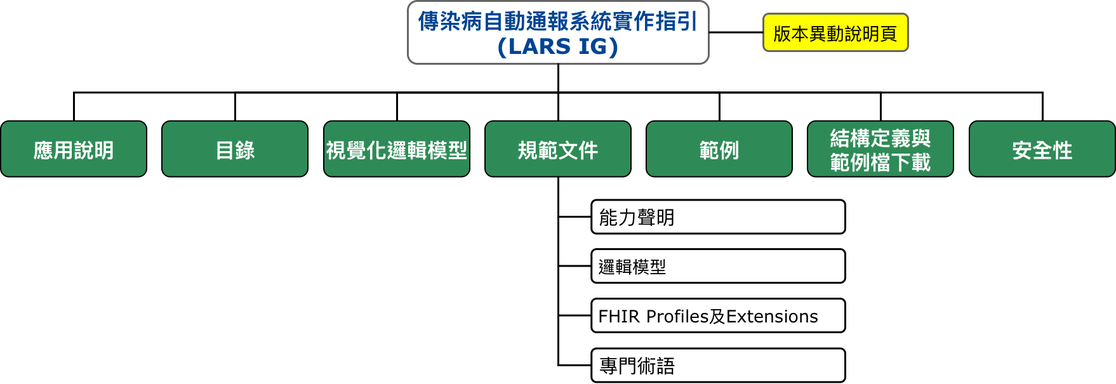
Before: input/images/structure.png, a diagram exported from draw.io (omnifhir/lars). Source tidied: cells renumbered, new cells last; positions are measured from the earlier drawing's top-left corner, leaving out a move shared by most shapes.
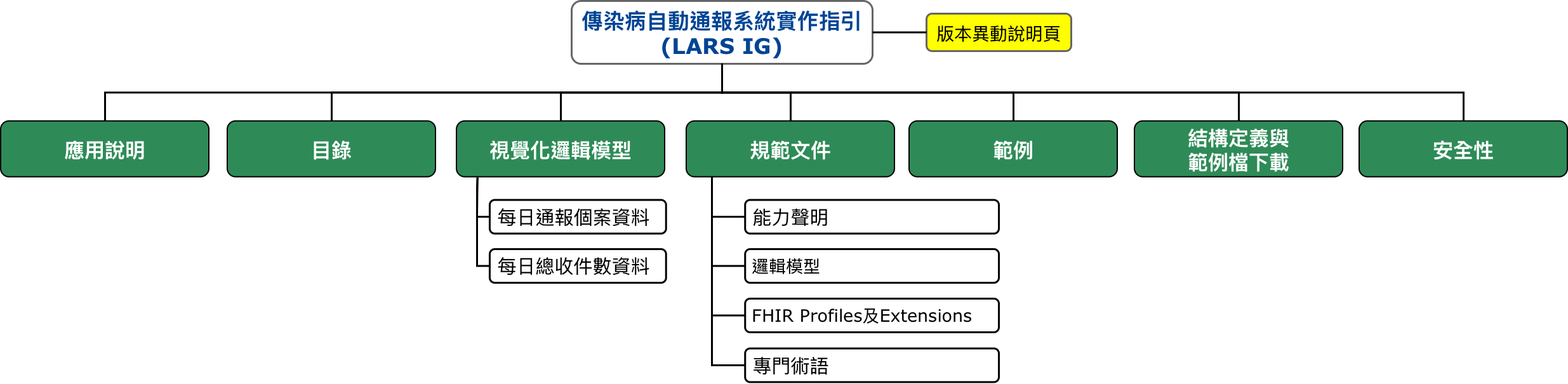
Above is the later version.

Change to the diagram source:
```diff
@@ -2,47 +2,50 @@
   <root>
     <mxCell id="0" />
     <mxCell id="1" parent="0" />
+    <mxCell id="27" style="edgeStyle=orthogonalEdgeStyle;rounded=0;jettySize=auto;html=1;exitX=0.5;exitY=1;exitDx=0;exitDy=0;entryX=0.5;entryY=0;entryDx=0;entryDy=0;defaultLabelBackgroundColor=page;labelPadding=0 4;endArrow=none;endFill=0;strokeWidth=3;" parent="1" edge="1" source="2" target="9">
+      <mxGeometry relative="1" as="geometry" />
+    </mxCell>
+    <mxCell id="28" style="edgeStyle=orthogonalEdgeStyle;rounded=0;jettySize=auto;html=1;exitX=0.5;exitY=1;exitDx=0;exitDy=0;entryX=0.5;entryY=0;entryDx=0;entryDy=0;defaultLabelBackgroundColor=page;labelPadding=0 4;endArrow=none;endFill=0;strokeWidth=3;" parent="1" edge="1" source="2" target="13">
+      <mxGeometry relative="1" as="geometry" />
+    </mxCell>
     <mxCell id="2" value="&lt;div&gt;&lt;font color=&quot;#004494&quot; face=&quot;verdana&quot;&gt;&lt;span style=&quot;font-size: 34px;&quot;&gt;&lt;b&gt;傳染病自動通報系統實作指引&lt;/b&gt;&lt;/span&gt;&lt;/font&gt;&lt;/div&gt;&lt;div&gt;&lt;font color=&quot;#004494&quot; face=&quot;verdana&quot;&gt;&lt;span style=&quot;font-size: 34px;&quot;&gt;&lt;b&gt;(LARS IG)&lt;/b&gt;&lt;/span&gt;&lt;/font&gt;&lt;/div&gt;" style="rounded=1;whiteSpace=wrap;html=1;strokeColor=#666666;fontFamily=標楷體;strokeWidth=3;" parent="1" vertex="1">
-      <mxGeometry x="641" width="474" height="99" as="geometry" />
+      <mxGeometry x="719" width="474" height="99" as="geometry" />
     </mxCell>
     <mxCell id="3" value="&lt;font face=&quot;Verdana&quot; style=&quot;font-size: 32px;&quot; color=&quot;#ffffff&quot;&gt;&lt;b&gt;結構定義與&lt;br&gt;範例檔下載&lt;/b&gt;&lt;/font&gt;" style="rounded=1;whiteSpace=wrap;html=1;fillColor=#2E8B57;fontFamily=標楷體;strokeWidth=2;" parent="1" vertex="1">
-      <mxGeometry x="1271" y="189.5" width="230" height="88" as="geometry" />
+      <mxGeometry x="1606" y="189.5" width="328" height="88" as="geometry" />
     </mxCell>
     <mxCell id="4" value="&lt;font face=&quot;Verdana&quot; style=&quot;font-size: 28px;&quot;&gt;版本異動說明頁&lt;/font&gt;" style="rounded=1;whiteSpace=wrap;html=1;fillColor=#FFFF00;strokeColor=#666666;fontFamily=標楷體;strokeWidth=3;" parent="1" vertex="1">
-      <mxGeometry x="1201" y="20" width="228" height="59" as="geometry" />
+      <mxGeometry x="1278" y="20" width="228" height="59" as="geometry" />
     </mxCell>
     <mxCell id="5" value="&lt;font face=&quot;Verdana&quot; style=&quot;font-size: 30px;&quot;&gt;&amp;nbsp;能力聲明&lt;/font&gt;" style="rounded=1;whiteSpace=wrap;html=1;align=left;fontFamily=標楷體;fontStyle=0;strokeWidth=3;" parent="1" vertex="1">
-      <mxGeometry x="930.2" y="313.5" width="399.8" height="53" as="geometry" />
+      <mxGeometry x="992.2" y="313.5" width="399.8" height="53" as="geometry" />
     </mxCell>
     <mxCell id="6" value="&lt;font face=&quot;Verdana&quot;&gt;&lt;span style=&quot;font-size: 27px;&quot;&gt;&amp;nbsp;邏輯模型&lt;/span&gt;&lt;/font&gt;" style="rounded=1;whiteSpace=wrap;html=1;align=left;fontFamily=標楷體;fontStyle=0;strokeWidth=3;" parent="1" vertex="1">
-      <mxGeometry x="930.2" y="391" width="399.8" height="53" as="geometry" />
+      <mxGeometry x="992.2" y="391" width="399.8" height="53" as="geometry" />
     </mxCell>
     <mxCell id="7" value="&lt;span style=&quot;font-family: Verdana; font-size: 27px;&quot;&gt;&amp;nbsp;FHIR Profiles及Extensions&lt;/span&gt;" style="rounded=1;whiteSpace=wrap;html=1;align=left;fontFamily=標楷體;fontStyle=0;strokeWidth=3;" parent="1" vertex="1">
-      <mxGeometry x="930.2" y="469" width="399.8" height="53" as="geometry" />
+      <mxGeometry x="992.2" y="469" width="399.8" height="53" as="geometry" />
     </mxCell>
-    <mxCell id="8" style="edgeStyle=orthogonalEdgeStyle;rounded=0;jettySize=auto;html=1;endArrow=none;endFill=0;strokeWidth=3;" parent="1" edge="1" source="9" target="2">
-      <mxGeometry relative="1" as="geometry" />
-    </mxCell>
     <mxCell id="9" value="&lt;font face=&quot;Verdana&quot; style=&quot;font-size: 32px;&quot; color=&quot;#ffffff&quot;&gt;&lt;b&gt;範例&lt;/b&gt;&lt;/font&gt;" style="rounded=1;whiteSpace=wrap;html=1;fillColor=#2E8B57;fontFamily=標楷體;strokeWidth=2;" parent="1" vertex="1">
-      <mxGeometry x="1017" y="189.5" width="230" height="88" as="geometry" />
+      <mxGeometry x="1251" y="189.5" width="328" height="88" as="geometry" />
     </mxCell>
     <mxCell id="10" value="&lt;font face=&quot;Verdana&quot; style=&quot;font-size: 32px;&quot; color=&quot;#ffffff&quot;&gt;&lt;b&gt;規範文件&lt;/b&gt;&lt;/font&gt;" style="rounded=1;whiteSpace=wrap;html=1;fillColor=#2E8B57;fontFamily=標楷體;strokeWidth=2;" parent="1" vertex="1">
-      <mxGeometry x="763" y="189.5" width="230" height="88" as="geometry" />
+      <mxGeometry x="900" y="189.5" width="328" height="88" as="geometry" />
     </mxCell>
     <mxCell id="11" value="&lt;font color=&quot;#ffffff&quot; face=&quot;Verdana&quot;&gt;&lt;span style=&quot;font-size: 32px;&quot;&gt;&lt;b&gt;視覺化邏輯模型&lt;/b&gt;&lt;/span&gt;&lt;/font&gt;" style="rounded=1;whiteSpace=wrap;html=1;fillColor=#2E8B57;fontFamily=標楷體;strokeWidth=2;" parent="1" vertex="1">
-      <mxGeometry x="509" y="189.5" width="230" height="88" as="geometry" />
+      <mxGeometry x="538" y="189.5" width="328" height="88" as="geometry" />
     </mxCell>
     <mxCell id="12" value="&lt;font color=&quot;#ffffff&quot; face=&quot;Verdana&quot;&gt;&lt;span style=&quot;font-size: 32px;&quot;&gt;&lt;b&gt;目錄&lt;/b&gt;&lt;/span&gt;&lt;/font&gt;" style="rounded=1;whiteSpace=wrap;html=1;fillColor=#2E8B57;fontFamily=標楷體;strokeWidth=2;" parent="1" vertex="1">
-      <mxGeometry x="254" y="189.5" width="230" height="88" as="geometry" />
+      <mxGeometry x="177" y="189.5" width="328" height="88" as="geometry" />
     </mxCell>
     <mxCell id="13" value="&lt;font face=&quot;Verdana&quot; style=&quot;font-size: 32px;&quot; color=&quot;#ffffff&quot;&gt;&lt;b&gt;安全性&lt;/b&gt;&lt;/font&gt;" style="rounded=1;whiteSpace=wrap;html=1;fillColor=#2E8B57;fontFamily=標楷體;strokeWidth=2;" parent="1" vertex="1">
-      <mxGeometry x="1526" y="189.5" width="230" height="88" as="geometry" />
+      <mxGeometry x="1960" y="189.5" width="328" height="88" as="geometry" />
     </mxCell>
     <mxCell id="14" value="&lt;span style=&quot;font-family: Verdana; font-size: 30px;&quot;&gt;&amp;nbsp;專門術語&lt;/span&gt;" style="rounded=1;whiteSpace=wrap;html=1;align=left;fontFamily=標楷體;fontStyle=0;strokeWidth=3;" parent="1" vertex="1">
-      <mxGeometry x="930.2" y="547.5" width="399.8" height="53" as="geometry" />
+      <mxGeometry x="992.2" y="547.5" width="399.8" height="53" as="geometry" />
     </mxCell>
     <mxCell id="15" value="&lt;font color=&quot;#ffffff&quot; face=&quot;Verdana&quot;&gt;&lt;span style=&quot;font-size: 32px;&quot;&gt;&lt;b&gt;應用說明&lt;/b&gt;&lt;/span&gt;&lt;/font&gt;" style="rounded=1;whiteSpace=wrap;html=1;fillColor=#2E8B57;fontFamily=標楷體;strokeWidth=2;" parent="1" vertex="1">
-      <mxGeometry y="189.5" width="230" height="88" as="geometry" />
+      <mxGeometry x="-180" y="189.5" width="328" height="88" as="geometry" />
     </mxCell>
     <mxCell id="16" style="edgeStyle=orthogonalEdgeStyle;rounded=0;jettySize=auto;html=1;endArrow=none;endFill=0;strokeWidth=3;entryX=0.5;entryY=1;entryDx=0;entryDy=0;exitX=0.5;exitY=0;exitDx=0;exitDy=0;" parent="1" edge="1" source="10" target="2">
       <mxGeometry relative="1" as="geometry" />
@@ -59,23 +62,44 @@
     <mxCell id="20" style="edgeStyle=orthogonalEdgeStyle;rounded=0;jettySize=auto;html=1;endArrow=none;endFill=0;strokeWidth=3;entryX=0.5;entryY=1;entryDx=0;entryDy=0;exitX=0.5;exitY=0;exitDx=0;exitDy=0;" parent="1" edge="1" source="15" target="2">
       <mxGeometry relative="1" as="geometry" />
     </mxCell>
-    <mxCell id="21" style="edgeStyle=orthogonalEdgeStyle;rounded=0;jettySize=auto;html=1;endArrow=none;endFill=0;strokeWidth=3;entryX=0.5;entryY=1;entryDx=0;entryDy=0;exitX=0.5;exitY=0;exitDx=0;exitDy=0;" parent="1" edge="1" source="13" target="2">
-      <mxGeometry relative="1" as="geometry" />
-    </mxCell>
     <mxCell id="22" style="edgeStyle=orthogonalEdgeStyle;rounded=0;jettySize=auto;html=1;endArrow=none;endFill=0;strokeWidth=3;entryX=1;entryY=0.5;entryDx=0;entryDy=0;exitX=0;exitY=0.5;exitDx=0;exitDy=0;" parent="1" edge="1" source="4" target="2">
       <mxGeometry relative="1" as="geometry" />
     </mxCell>
-    <mxCell id="23" style="edgeStyle=orthogonalEdgeStyle;rounded=0;jettySize=auto;html=1;endArrow=none;endFill=0;strokeWidth=3;entryX=0.5;entryY=1;entryDx=0;entryDy=0;exitX=0;exitY=0.5;exitDx=0;exitDy=0;" parent="1" edge="1" source="5" target="10">
-      <mxGeometry relative="1" as="geometry" />
+    <mxCell id="23" style="edgeStyle=orthogonalEdgeStyle;rounded=0;jettySize=auto;html=1;endArrow=none;endFill=0;strokeWidth=3;entryX=0.5;entryY=1;entryDx=0;entryDy=0;exitX=0;exitY=0.5;exitDx=0;exitDy=0;" parent="1" edge="1" source="5">
+      <mxGeometry relative="1" as="geometry">
+        <mxPoint x="940" y="277.5" as="targetPoint" />
+      </mxGeometry>
     </mxCell>
-    <mxCell id="24" style="edgeStyle=orthogonalEdgeStyle;rounded=0;jettySize=auto;html=1;endArrow=none;endFill=0;strokeWidth=3;entryX=0.5;entryY=1;entryDx=0;entryDy=0;exitX=0;exitY=0.5;exitDx=0;exitDy=0;" parent="1" edge="1" source="6" target="10">
-      <mxGeometry relative="1" as="geometry" />
+    <mxCell id="24" style="edgeStyle=orthogonalEdgeStyle;rounded=0;jettySize=auto;html=1;endArrow=none;endFill=0;strokeWidth=3;entryX=0.5;entryY=1;entryDx=0;entryDy=0;exitX=0;exitY=0.5;exitDx=0;exitDy=0;" parent="1" edge="1" source="6">
+      <mxGeometry relative="1" as="geometry">
+        <mxPoint x="940" y="277.5" as="targetPoint" />
+      </mxGeometry>
     </mxCell>
-    <mxCell id="25" style="edgeStyle=orthogonalEdgeStyle;rounded=0;jettySize=auto;html=1;endArrow=none;endFill=0;strokeWidth=3;entryX=0.5;entryY=1;entryDx=0;entryDy=0;exitX=0;exitY=0.5;exitDx=0;exitDy=0;" parent="1" edge="1" source="7" target="10">
-      <mxGeometry relative="1" as="geometry" />
+    <mxCell id="25" style="edgeStyle=orthogonalEdgeStyle;rounded=0;jettySize=auto;html=1;endArrow=none;endFill=0;strokeWidth=3;entryX=0.5;entryY=1;entryDx=0;entryDy=0;exitX=0;exitY=0.5;exitDx=0;exitDy=0;" parent="1" edge="1" source="7">
+      <mxGeometry relative="1" as="geometry">
+        <mxPoint x="940" y="277.5" as="targetPoint" />
+      </mxGeometry>
     </mxCell>
-    <mxCell id="26" style="edgeStyle=orthogonalEdgeStyle;rounded=0;jettySize=auto;html=1;endArrow=none;endFill=0;strokeWidth=3;entryX=0.5;entryY=1;entryDx=0;entryDy=0;exitX=0;exitY=0.5;exitDx=0;exitDy=0;" parent="1" edge="1" source="14" target="10">
-      <mxGeometry relative="1" as="geometry" />
+    <mxCell id="26" style="edgeStyle=orthogonalEdgeStyle;rounded=0;jettySize=auto;html=1;endArrow=none;endFill=0;strokeWidth=3;entryX=0.5;entryY=1;entryDx=0;entryDy=0;exitX=0;exitY=0.5;exitDx=0;exitDy=0;" parent="1" edge="1" source="14">
+      <mxGeometry relative="1" as="geometry">
+        <mxPoint x="940" y="277.5" as="targetPoint" />
+      </mxGeometry>
     </mxCell>
+    <mxCell id="29" value=" 每日通報個案資料" style="rounded=1;whiteSpace=wrap;align=left;fontFamily=Verdana;fontStyle=0;strokeWidth=3;fontSize=30;fontColor=default;verticalAlign=middle;" parent="1" vertex="1">
+      <mxGeometry x="590" y="313.5" width="277.8" height="53" as="geometry" />
+    </mxCell>
+    <mxCell id="30" value=" 每日總收件數資料" style="rounded=1;whiteSpace=wrap;align=left;fontFamily=Verdana;fontStyle=0;strokeWidth=3;fontSize=30;fontColor=default;verticalAlign=middle;" parent="1" vertex="1">
+      <mxGeometry x="590" y="391" width="277.8" height="53" as="geometry" />
+    </mxCell>
+    <mxCell id="31" style="edgeStyle=orthogonalEdgeStyle;rounded=0;jettySize=auto;html=1;endArrow=none;endFill=0;strokeWidth=3;entryX=0.5;entryY=1;entryDx=0;entryDy=0;exitX=0;exitY=0.5;exitDx=0;exitDy=0;" parent="1" edge="1" source="29">
+      <mxGeometry relative="1" as="geometry">
+        <mxPoint x="570.7" y="278" as="targetPoint" />
+      </mxGeometry>
+    </mxCell>
+    <mxCell id="32" style="edgeStyle=orthogonalEdgeStyle;rounded=0;jettySize=auto;html=1;endArrow=none;endFill=0;strokeWidth=3;entryX=0.5;entryY=1;entryDx=0;entryDy=0;exitX=0;exitY=0.5;exitDx=0;exitDy=0;" parent="1" edge="1" source="30">
+      <mxGeometry relative="1" as="geometry">
+        <mxPoint x="570.7" y="278" as="targetPoint" />
+      </mxGeometry>
+    </mxCell>
   </root>
 </mxGraphModel>
```
